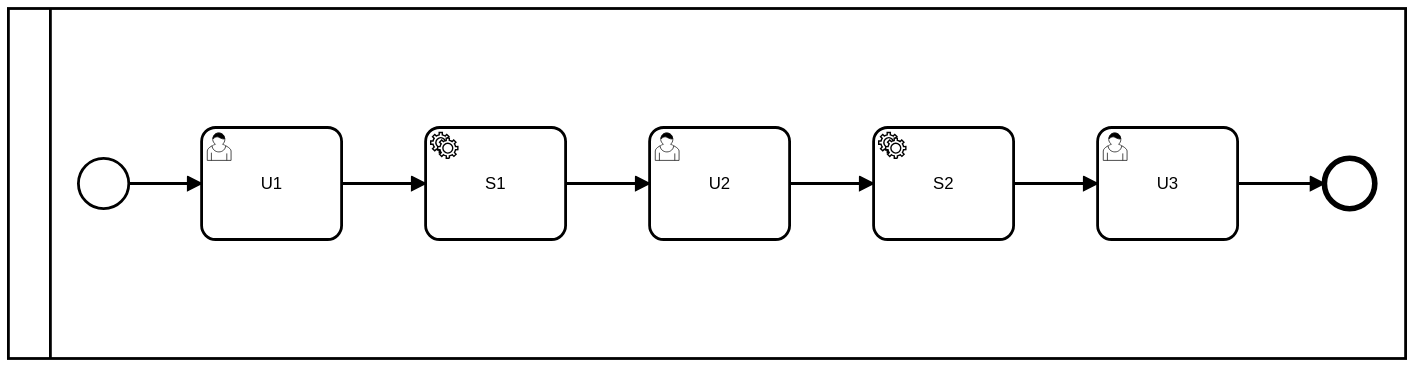
Above: Models/model4.svg in xmihol00/BPMS (BPMN), before the change. Its source is kept beside it as Models/model4.bpmn. Ids are renumbered. Source of this version:
```xml
<bpmn:definitions xmlns:xsi="http://www.w3.org/2001/XMLSchema-instance" xmlns:bpmn="http://www.omg.org/spec/BPMN/20100524/MODEL" xmlns:bpmndi="http://www.omg.org/spec/BPMN/20100524/DI" xmlns:dc="http://www.omg.org/spec/DD/20100524/DC" xmlns:di="http://www.omg.org/spec/DD/20100524/DI" id="Definitions_n1" targetNamespace="http://bpmn.io/schema/bpmn" exporter="bpmn-js (https://demo.bpmn.io)" exporterVersion="9.0.1">
  <bpmn:collaboration id="Collaboration_n2">
    <bpmn:participant id="Participant_n3" processRef="Process_n4" />
  </bpmn:collaboration>
  <bpmn:process id="Process_n4" isExecutable="false">
    <bpmn:startEvent id="StartEvent_n5">
      <bpmn:outgoing>Flow_n6</bpmn:outgoing>
    </bpmn:startEvent>
    <bpmn:userTask id="Activity_n7" name="U1">
      <bpmn:incoming>Flow_n6</bpmn:incoming>
      <bpmn:outgoing>Flow_n8</bpmn:outgoing>
    </bpmn:userTask>
    <bpmn:serviceTask id="Activity_n9" name="S1">
      <bpmn:incoming>Flow_n8</bpmn:incoming>
      <bpmn:outgoing>Flow_n10</bpmn:outgoing>
    </bpmn:serviceTask>
    <bpmn:userTask id="Activity_n11" name="U2">
      <bpmn:incoming>Flow_n10</bpmn:incoming>
      <bpmn:outgoing>Flow_n12</bpmn:outgoing>
    </bpmn:userTask>
    <bpmn:serviceTask id="Activity_n13" name="S2">
      <bpmn:incoming>Flow_n12</bpmn:incoming>
      <bpmn:outgoing>Flow_n14</bpmn:outgoing>
    </bpmn:serviceTask>
    <bpmn:userTask id="Activity_n15" name="U3">
      <bpmn:incoming>Flow_n14</bpmn:incoming>
      <bpmn:outgoing>Flow_n16</bpmn:outgoing>
    </bpmn:userTask>
    <bpmn:endEvent id="Event_n17">
      <bpmn:incoming>Flow_n16</bpmn:incoming>
    </bpmn:endEvent>
    <bpmn:sequenceFlow id="Flow_n6" sourceRef="StartEvent_n5" targetRef="Activity_n7" />
    <bpmn:sequenceFlow id="Flow_n8" sourceRef="Activity_n7" targetRef="Activity_n9" />
    <bpmn:sequenceFlow id="Flow_n10" sourceRef="Activity_n9" targetRef="Activity_n11" />
    <bpmn:sequenceFlow id="Flow_n12" sourceRef="Activity_n11" targetRef="Activity_n13" />
    <bpmn:sequenceFlow id="Flow_n14" sourceRef="Activity_n13" targetRef="Activity_n15" />
    <bpmn:sequenceFlow id="Flow_n16" sourceRef="Activity_n15" targetRef="Event_n17" />
  </bpmn:process>
  <bpmndi:BPMNDiagram id="BPMNDiagram_1">
    <bpmndi:BPMNPlane id="BPMNPlane_1" bpmnElement="Collaboration_n2">
      <bpmndi:BPMNShape id="Participant_n3_di" bpmnElement="Participant_n3" isHorizontal="true">
        <dc:Bounds x="152" y="85" width="998" height="250" />
      </bpmndi:BPMNShape>
      <bpmndi:BPMNEdge id="Flow_n6_di" bpmnElement="Flow_n6">
        <di:waypoint x="238" y="210" />
        <di:waypoint x="290" y="210" />
      </bpmndi:BPMNEdge>
      <bpmndi:BPMNEdge id="Flow_n8_di" bpmnElement="Flow_n8">
        <di:waypoint x="390" y="210" />
        <di:waypoint x="450" y="210" />
      </bpmndi:BPMNEdge>
      <bpmndi:BPMNEdge id="Flow_n10_di" bpmnElement="Flow_n10">
        <di:waypoint x="550" y="210" />
        <di:waypoint x="610" y="210" />
      </bpmndi:BPMNEdge>
      <bpmndi:BPMNEdge id="Flow_n12_di" bpmnElement="Flow_n12">
        <di:waypoint x="710" y="210" />
        <di:waypoint x="770" y="210" />
      </bpmndi:BPMNEdge>
      <bpmndi:BPMNEdge id="Flow_n14_di" bpmnElement="Flow_n14">
        <di:waypoint x="870" y="210" />
        <di:waypoint x="930" y="210" />
      </bpmndi:BPMNEdge>
      <bpmndi:BPMNEdge id="Flow_n16_di" bpmnElement="Flow_n16">
        <di:waypoint x="1030" y="210" />
        <di:waypoint x="1092" y="210" />
      </bpmndi:BPMNEdge>
      <bpmndi:BPMNShape id="_BPMNShape_StartEvent_2" bpmnElement="StartEvent_n5">
        <dc:Bounds x="202" y="192" width="36" height="36" />
      </bpmndi:BPMNShape>
      <bpmndi:BPMNShape id="Activity_0sjzikd_di" bpmnElement="Activity_n7">
        <dc:Bounds x="290" y="170" width="100" height="80" />
      </bpmndi:BPMNShape>
      <bpmndi:BPMNShape id="Activity_0t2d0b1_di" bpmnElement="Activity_n9">
        <dc:Bounds x="450" y="170" width="100" height="80" />
        <bpmndi:BPMNLabel />
      </bpmndi:BPMNShape>
      <bpmndi:BPMNShape id="Activity_19xwa4s_di" bpmnElement="Activity_n11">
        <dc:Bounds x="610" y="170" width="100" height="80" />
        <bpmndi:BPMNLabel />
      </bpmndi:BPMNShape>
      <bpmndi:BPMNShape id="Activity_1kka8tk_di" bpmnElement="Activity_n13">
        <dc:Bounds x="770" y="170" width="100" height="80" />
        <bpmndi:BPMNLabel />
      </bpmndi:BPMNShape>
      <bpmndi:BPMNShape id="Activity_03aqu3v_di" bpmnElement="Activity_n15">
        <dc:Bounds x="930" y="170" width="100" height="80" />
        <bpmndi:BPMNLabel />
      </bpmndi:BPMNShape>
      <bpmndi:BPMNShape id="Event_n17_di" bpmnElement="Event_n17">
        <dc:Bounds x="1092" y="192" width="36" height="36" />
      </bpmndi:BPMNShape>
    </bpmndi:BPMNPlane>
  </bpmndi:BPMNDiagram>
</bpmn:definitions>
```
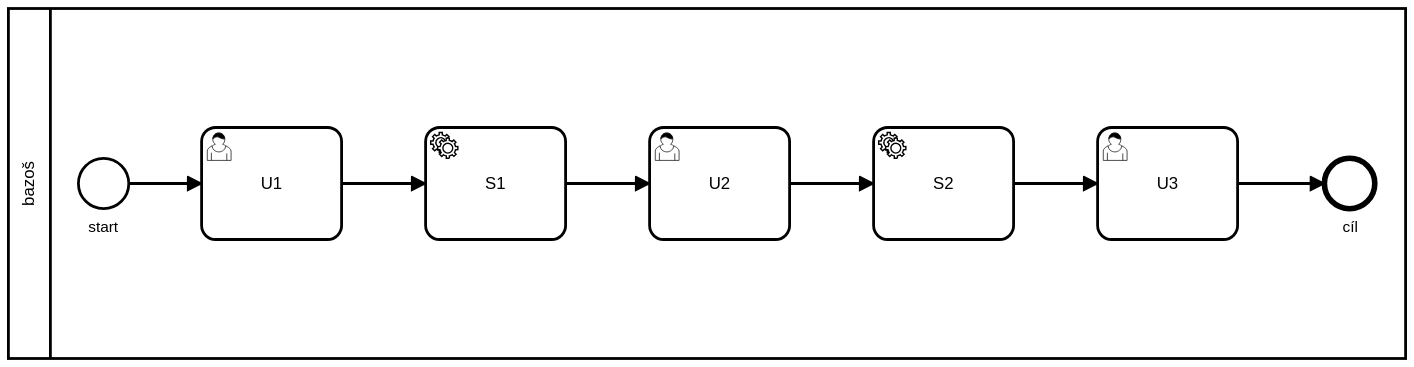
The same diagram one commit later.

The edit, as a diff of the source:
```diff
@@ -1,9 +1,9 @@
 <bpmn:definitions xmlns:xsi="http://www.w3.org/2001/XMLSchema-instance" xmlns:bpmn="http://www.omg.org/spec/BPMN/20100524/MODEL" xmlns:bpmndi="http://www.omg.org/spec/BPMN/20100524/DI" xmlns:dc="http://www.omg.org/spec/DD/20100524/DC" xmlns:di="http://www.omg.org/spec/DD/20100524/DI" id="Definitions_n1" targetNamespace="http://bpmn.io/schema/bpmn" exporter="bpmn-js (https://demo.bpmn.io)" exporterVersion="9.0.1">
   <bpmn:collaboration id="Collaboration_n2">
-    <bpmn:participant id="Participant_n3" processRef="Process_n4" />
+    <bpmn:participant id="Participant_n3" name="bazoš" processRef="Process_n4" />
   </bpmn:collaboration>
   <bpmn:process id="Process_n4" isExecutable="false">
-    <bpmn:startEvent id="StartEvent_n5">
+    <bpmn:startEvent id="StartEvent_n5" name="start">
       <bpmn:outgoing>Flow_n6</bpmn:outgoing>
     </bpmn:startEvent>
     <bpmn:userTask id="Activity_n7" name="U1">
@@ -26,7 +26,7 @@
       <bpmn:incoming>Flow_n14</bpmn:incoming>
       <bpmn:outgoing>Flow_n16</bpmn:outgoing>
     </bpmn:userTask>
-    <bpmn:endEvent id="Event_n17">
+    <bpmn:endEvent id="Event_n17" name="cíl">
       <bpmn:incoming>Flow_n16</bpmn:incoming>
     </bpmn:endEvent>
     <bpmn:sequenceFlow id="Flow_n6" sourceRef="StartEvent_n5" targetRef="Activity_n7" />
@@ -40,33 +40,37 @@
     <bpmndi:BPMNPlane id="BPMNPlane_1" bpmnElement="Collaboration_n2">
       <bpmndi:BPMNShape id="Participant_n3_di" bpmnElement="Participant_n3" isHorizontal="true">
         <dc:Bounds x="152" y="85" width="998" height="250" />
+        <bpmndi:BPMNLabel />
       </bpmndi:BPMNShape>
-      <bpmndi:BPMNEdge id="Flow_n6_di" bpmnElement="Flow_n6">
-        <di:waypoint x="238" y="210" />
-        <di:waypoint x="290" y="210" />
+      <bpmndi:BPMNEdge id="Flow_n16_di" bpmnElement="Flow_n16">
+        <di:waypoint x="1030" y="210" />
+        <di:waypoint x="1092" y="210" />
+      </bpmndi:BPMNEdge>
+      <bpmndi:BPMNEdge id="Flow_n14_di" bpmnElement="Flow_n14">
+        <di:waypoint x="870" y="210" />
+        <di:waypoint x="930" y="210" />
+      </bpmndi:BPMNEdge>
+      <bpmndi:BPMNEdge id="Flow_n12_di" bpmnElement="Flow_n12">
+        <di:waypoint x="710" y="210" />
+        <di:waypoint x="770" y="210" />
+      </bpmndi:BPMNEdge>
+      <bpmndi:BPMNEdge id="Flow_n10_di" bpmnElement="Flow_n10">
+        <di:waypoint x="550" y="210" />
+        <di:waypoint x="610" y="210" />
       </bpmndi:BPMNEdge>
       <bpmndi:BPMNEdge id="Flow_n8_di" bpmnElement="Flow_n8">
         <di:waypoint x="390" y="210" />
         <di:waypoint x="450" y="210" />
       </bpmndi:BPMNEdge>
-      <bpmndi:BPMNEdge id="Flow_n10_di" bpmnElement="Flow_n10">
-        <di:waypoint x="550" y="210" />
-        <di:waypoint x="610" y="210" />
-      </bpmndi:BPMNEdge>
-      <bpmndi:BPMNEdge id="Flow_n12_di" bpmnElement="Flow_n12">
-        <di:waypoint x="710" y="210" />
-        <di:waypoint x="770" y="210" />
-      </bpmndi:BPMNEdge>
-      <bpmndi:BPMNEdge id="Flow_n14_di" bpmnElement="Flow_n14">
-        <di:waypoint x="870" y="210" />
-        <di:waypoint x="930" y="210" />
-      </bpmndi:BPMNEdge>
-      <bpmndi:BPMNEdge id="Flow_n16_di" bpmnElement="Flow_n16">
-        <di:waypoint x="1030" y="210" />
-        <di:waypoint x="1092" y="210" />
+      <bpmndi:BPMNEdge id="Flow_n6_di" bpmnElement="Flow_n6">
+        <di:waypoint x="238" y="210" />
+        <di:waypoint x="290" y="210" />
       </bpmndi:BPMNEdge>
       <bpmndi:BPMNShape id="_BPMNShape_StartEvent_2" bpmnElement="StartEvent_n5">
         <dc:Bounds x="202" y="192" width="36" height="36" />
+        <bpmndi:BPMNLabel>
+          <dc:Bounds x="209" y="235" width="22" height="14" />
+        </bpmndi:BPMNLabel>
       </bpmndi:BPMNShape>
       <bpmndi:BPMNShape id="Activity_0sjzikd_di" bpmnElement="Activity_n7">
         <dc:Bounds x="290" y="170" width="100" height="80" />
@@ -89,6 +93,9 @@
       </bpmndi:BPMNShape>
       <bpmndi:BPMNShape id="Event_n17_di" bpmnElement="Event_n17">
         <dc:Bounds x="1092" y="192" width="36" height="36" />
+        <bpmndi:BPMNLabel>
+          <dc:Bounds x="1105" y="235" width="11" height="14" />
+        </bpmndi:BPMNLabel>
       </bpmndi:BPMNShape>
     </bpmndi:BPMNPlane>
   </bpmndi:BPMNDiagram>
```
